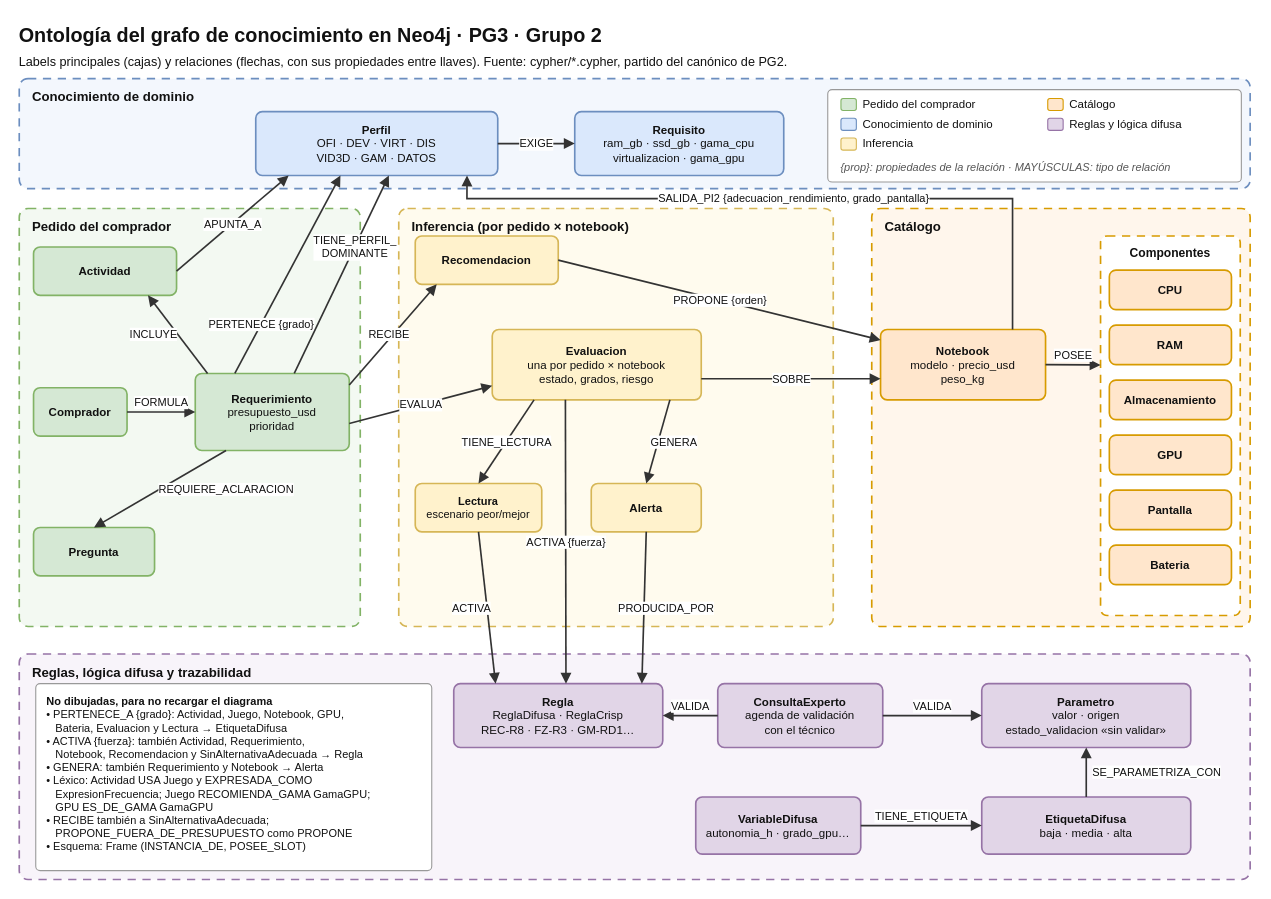
Earlier version of the draw.io diagram docs/diagramas/grafo.drawio (Maaurimiranda/SeleccionDeNotebooks_IA). Source tidied: cells renumbered, new cells numbered last; positions are measured from the earlier drawing's top-left corner, leaving out a move shared by most shapes. Both pictures are drawn from the tidied source at 110%, with x=0, y=0 at pixel (19, 19).
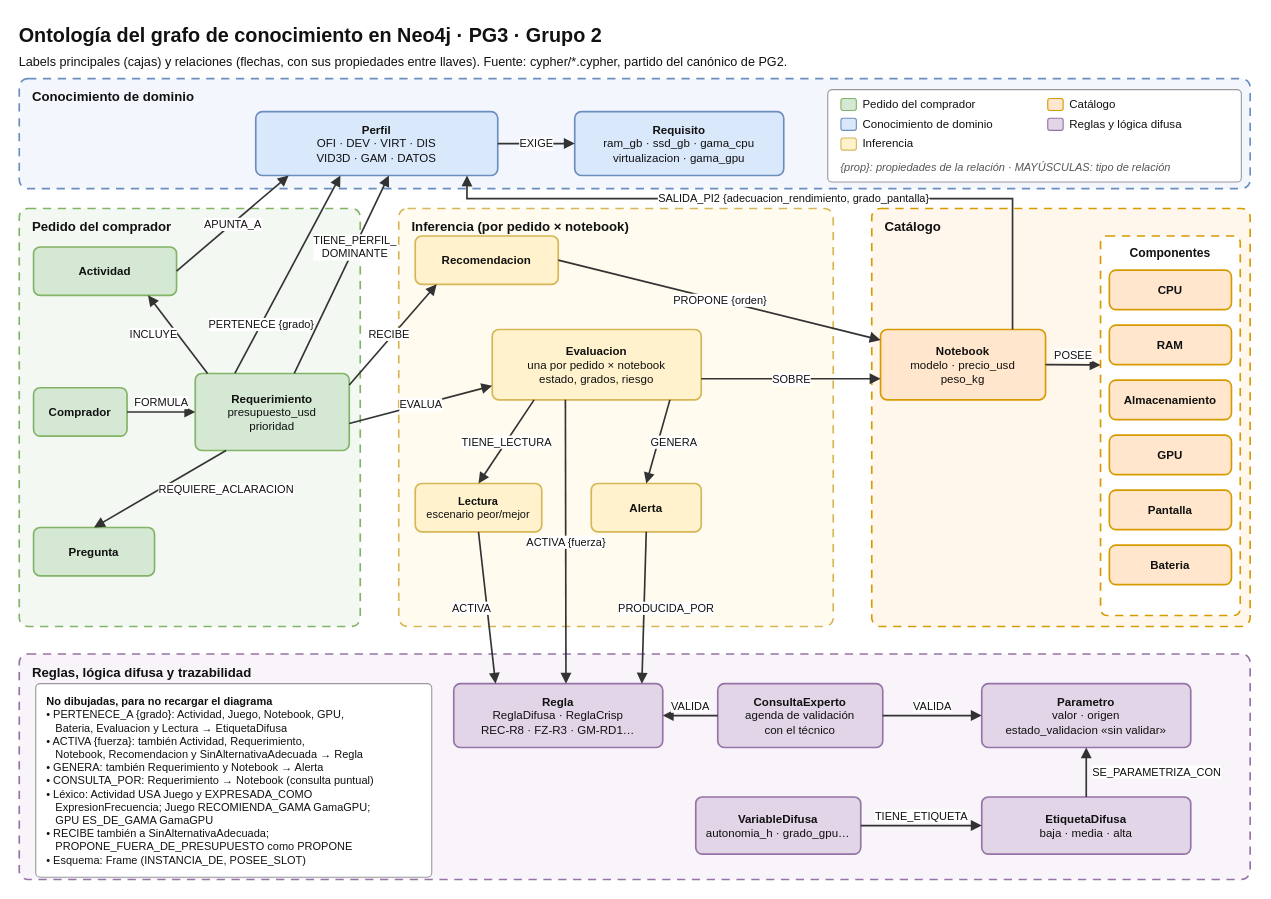
Above is the later version.

Commit message (it also covers changes not shown here):
docs(diagramas): Mention CONSULTA_POR in the ontology note

Unchanged cells that the change refers to:
```xml
<mxCell id="38" value="&lt;b&gt;Reglas, lógica difusa y trazabilidad&lt;/b&gt;" style="html=1;whiteSpace=wrap;fillColor=#f8f4fa;strokeColor=#9673a6;strokeWidth=1.5;fontSize=12;fontColor=#111111;dashed=1;dashPattern=5 4;rounded=1;absoluteArcSize=1;arcSize=16;align=left;verticalAlign=top;spacing=4;spacingLeft=8;spacingTop=1;" parent="1" vertex="1">
  <mxGeometry y="577" width="1119" height="205" as="geometry" />
</mxCell>
```

What changed in the source:
```diff
@@
-    <mxCell id="44" value="&lt;b&gt;No dibujadas, para no recargar el diagrama&lt;/b&gt;&lt;br&gt;• PERTENECE_A {grado}: Actividad, Juego, Notebook, GPU,&lt;br&gt;&amp;nbsp;&amp;nbsp;&amp;nbsp;Bateria, Evaluacion y Lectura → EtiquetaDifusa&lt;br&gt;• ACTIVA {fuerza}: también Actividad, Requerimiento,&lt;br&gt;&amp;nbsp;&amp;nbsp;&amp;nbsp;Notebook, Recomendacion y SinAlternativaAdecuada → Regla&lt;br&gt;• GENERA: también Requerimiento y Notebook → Alerta&lt;br&gt;• Léxico: Actividad USA Juego y EXPRESADA_COMO&lt;br&gt;&amp;nbsp;&amp;nbsp;&amp;nbsp;ExpresionFrecuencia; Juego RECOMIENDA_GAMA GamaGPU;&lt;br&gt;&amp;nbsp;&amp;nbsp;&amp;nbsp;GPU ES_DE_GAMA GamaGPU&lt;br&gt;• RECIBE también a SinAlternativaAdecuada;&lt;br&gt;&amp;nbsp;&amp;nbsp;&amp;nbsp;PROPONE_FUERA_DE_PRESUPUESTO como PROPONE&lt;br&gt;• Esquema: Frame (INSTANCIA_DE, POSEE_SLOT)" style="html=1;whiteSpace=wrap;fillColor=#ffffff;strokeColor=#999999;strokeWidth=1;fontSize=10;fontColor=#111111;rounded=1;absoluteArcSize=1;arcSize=8;align=left;verticalAlign=top;spacing=4;spacingLeft=6;spacingTop=2;" parent="38" vertex="1">
-      <mxGeometry x="15" y="27" width="360" height="170" as="geometry" />
+    <mxCell id="44" value="&lt;b&gt;No dibujadas, para no recargar el diagrama&lt;/b&gt;&lt;br&gt;• PERTENECE_A {grado}: Actividad, Juego, Notebook, GPU,&lt;br&gt;&amp;nbsp;&amp;nbsp;&amp;nbsp;Bateria, Evaluacion y Lectura → EtiquetaDifusa&lt;br&gt;• ACTIVA {fuerza}: también Actividad, Requerimiento,&lt;br&gt;&amp;nbsp;&amp;nbsp;&amp;nbsp;Notebook, Recomendacion y SinAlternativaAdecuada → Regla&lt;br&gt;• GENERA: también Requerimiento y Notebook → Alerta&lt;br&gt;• CONSULTA_POR: Requerimiento → Notebook (consulta puntual)&lt;br&gt;• Léxico: Actividad USA Juego y EXPRESADA_COMO&lt;br&gt;&amp;nbsp;&amp;nbsp;&amp;nbsp;ExpresionFrecuencia; Juego RECOMIENDA_GAMA GamaGPU;&lt;br&gt;&amp;nbsp;&amp;nbsp;&amp;nbsp;GPU ES_DE_GAMA GamaGPU&lt;br&gt;• RECIBE también a SinAlternativaAdecuada;&lt;br&gt;&amp;nbsp;&amp;nbsp;&amp;nbsp;PROPONE_FUERA_DE_PRESUPUESTO como PROPONE&lt;br&gt;• Esquema: Frame (INSTANCIA_DE, POSEE_SLOT)" style="html=1;whiteSpace=wrap;fillColor=#ffffff;strokeColor=#999999;strokeWidth=1;fontSize=10;fontColor=#111111;rounded=1;absoluteArcSize=1;arcSize=8;align=left;verticalAlign=top;spacing=4;spacingLeft=6;spacingTop=2;" parent="38" vertex="1">
+      <mxGeometry x="15" y="27" width="360" height="176" as="geometry" />
     </mxCell>
```
